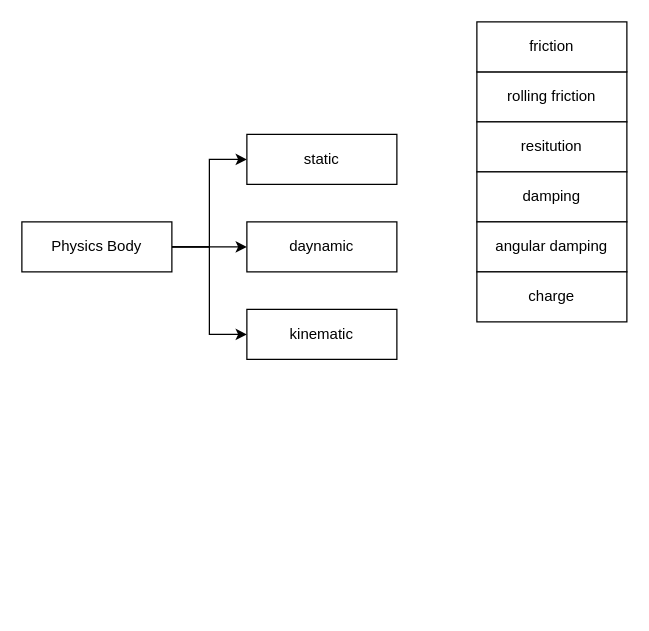
Earlier version of the draw.io diagram physics.drawio (loleng/mediatools). Source tidied: cells renumbered, new cells numbered last; positions are measured from the earlier drawing's top-left corner, leaving out a move shared by most shapes. Both pictures are drawn from the tidied source at 125%, with x=0, y=0 at pixel (21, 21).
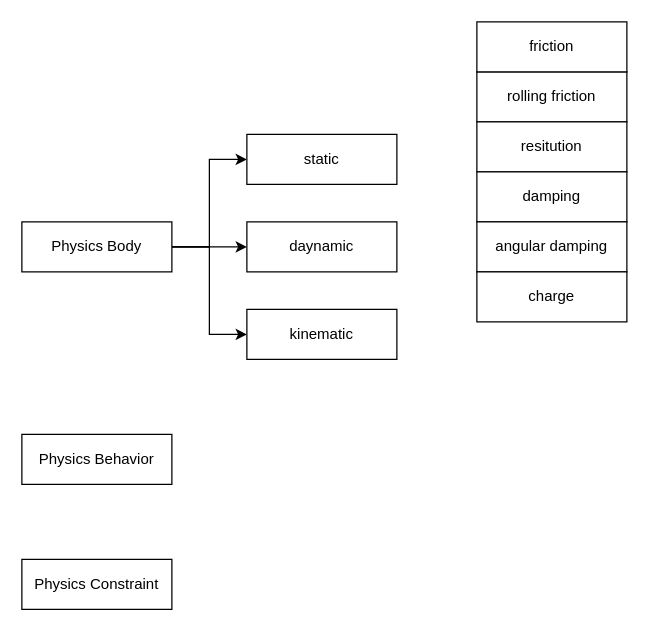
Above is the later version.

Change to the diagram source:
```diff
@@
 <mxGraphModel>
   <root>
     <mxCell id="0" />
     <mxCell id="1" parent="0" />
     <mxCell id="2" style="edgeStyle=orthogonalEdgeStyle;rounded=0;jettySize=auto;html=1;entryX=0;entryY=0.5;entryDx=0;entryDy=0;" parent="1" edge="1" source="5" target="6">
       <mxGeometry relative="1" as="geometry" />
     </mxCell>
     <mxCell id="3" style="edgeStyle=orthogonalEdgeStyle;rounded=0;jettySize=auto;html=1;" parent="1" edge="1" source="5" target="7">
       <mxGeometry relative="1" as="geometry" />
     </mxCell>
     <mxCell id="4" style="edgeStyle=orthogonalEdgeStyle;rounded=0;jettySize=auto;html=1;entryX=0;entryY=0.5;entryDx=0;entryDy=0;" parent="1" edge="1" source="5" target="8">
       <mxGeometry relative="1" as="geometry" />
     </mxCell>
     <mxCell id="5" value="Physics Body" style="rounded=0;whiteSpace=wrap;html=1;" parent="1" vertex="1">
       <mxGeometry y="160" width="120" height="40" as="geometry" />
     </mxCell>
     <mxCell id="6" value="static" style="rounded=0;whiteSpace=wrap;html=1;" parent="1" vertex="1">
       <mxGeometry x="180" y="90" width="120" height="40" as="geometry" />
     </mxCell>
     <mxCell id="7" value="daynamic" style="rounded=0;whiteSpace=wrap;html=1;" parent="1" vertex="1">
       <mxGeometry x="180" y="160" width="120" height="40" as="geometry" />
     </mxCell>
     <mxCell id="8" value="kinematic" style="rounded=0;whiteSpace=wrap;html=1;" parent="1" vertex="1">
       <mxGeometry x="180" y="230" width="120" height="40" as="geometry" />
     </mxCell>
     <mxCell id="9" value="rolling friction" style="rounded=0;whiteSpace=wrap;html=1;" parent="1" vertex="1">
       <mxGeometry x="364" y="40" width="120" height="40" as="geometry" />
     </mxCell>
     <mxCell id="10" value="resitution" style="rounded=0;whiteSpace=wrap;html=1;" parent="1" vertex="1">
       <mxGeometry x="364" y="80" width="120" height="40" as="geometry" />
     </mxCell>
     <mxCell id="11" value="friction" style="rounded=0;whiteSpace=wrap;html=1;" parent="1" vertex="1">
       <mxGeometry x="364" width="120" height="40" as="geometry" />
     </mxCell>
     <mxCell id="12" value="damping" style="rounded=0;whiteSpace=wrap;html=1;" parent="1" vertex="1">
       <mxGeometry x="364" y="120" width="120" height="40" as="geometry" />
     </mxCell>
     <mxCell id="13" value="angular damping" style="rounded=0;whiteSpace=wrap;html=1;" parent="1" vertex="1">
       <mxGeometry x="364" y="160" width="120" height="40" as="geometry" />
     </mxCell>
     <mxCell id="14" value="charge" style="rounded=0;whiteSpace=wrap;html=1;" parent="1" vertex="1">
       <mxGeometry x="364" y="200" width="120" height="40" as="geometry" />
     </mxCell>
+    <mxCell id="15" value="Physics Behavior" style="rounded=0;whiteSpace=wrap;html=1;" parent="1" vertex="1">
+      <mxGeometry y="330" width="120" height="40" as="geometry" />
+    </mxCell>
+    <mxCell id="16" value="Physics Constraint" style="rounded=0;whiteSpace=wrap;html=1;" parent="1" vertex="1">
+      <mxGeometry y="430" width="120" height="40" as="geometry" />
+    </mxCell>
   </root>
 </mxGraphModel>
```
